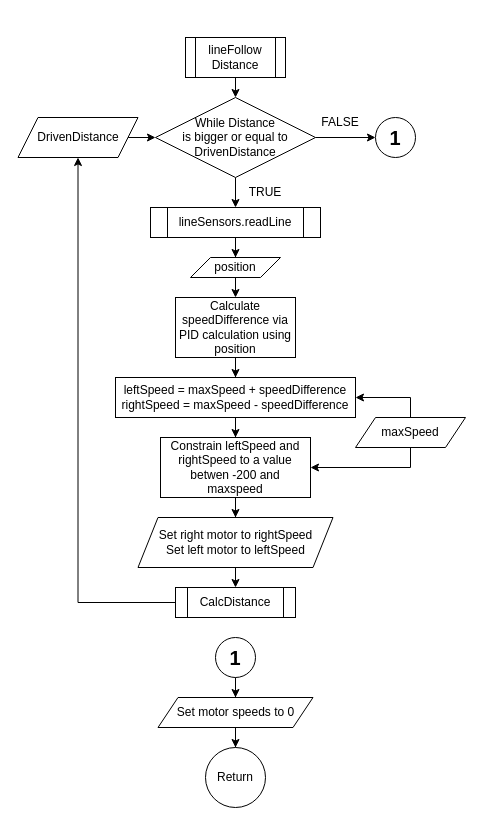
This is Draw/lineFollow.drawio from jens1906/P1-project-1.-semester, a draw.io file, before an edit. Source tidied: cells renumbered, new cells numbered last; positions are measured from the earlier drawing's top-left corner, leaving out a move shared by most shapes. Both pictures are drawn from the tidied source at 100%, with x=0, y=0 at pixel (17, 37).
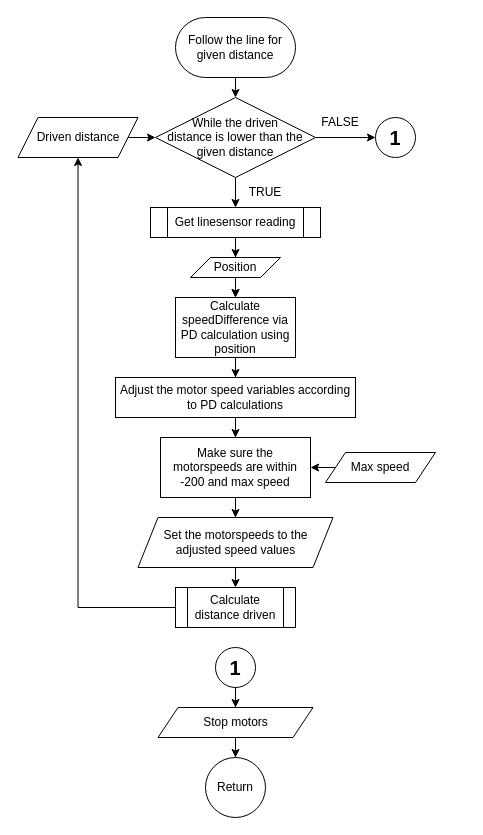
Above is the later version.

What changed in the source:
```diff
@@
-    <mxCell id="3" value="lineFollow&lt;br&gt;Distance" style="shape=process;whiteSpace=wrap;html=1;backgroundOutline=1;" parent="1" vertex="1">
-      <mxGeometry x="168" width="100" height="40" as="geometry" />
+    <mxCell id="3" value="Follow the line for given distance" style="rounded=1;whiteSpace=wrap;html=1;arcSize=50;" parent="1" vertex="1">
+      <mxGeometry x="158" y="-20" width="120" height="60" as="geometry" />
     </mxCell>
@@
-    <mxCell id="6" value="While Distance &lt;br&gt;is bigger or equal to DrivenDistance" style="rhombus;whiteSpace=wrap;html=1;" parent="1" vertex="1">
+    <mxCell id="6" value="While the driven &lt;br&gt;distance is lower than the given distance" style="rhombus;whiteSpace=wrap;html=1;" parent="1" vertex="1">
       <mxGeometry x="138" y="60" width="160" height="80" as="geometry" />
     </mxCell>
@@
-    <mxCell id="8" value="DrivenDistance" style="shape=parallelogram;perimeter=parallelogramPerimeter;whiteSpace=wrap;html=1;fixedSize=1;" parent="1" vertex="1">
+    <mxCell id="8" value="Driven distance" style="shape=parallelogram;perimeter=parallelogramPerimeter;whiteSpace=wrap;html=1;fixedSize=1;" parent="1" vertex="1">
       <mxGeometry x="0.5" y="80" width="120" height="40" as="geometry" />
     </mxCell>
@@
-    <mxCell id="13" value="CalcDistance" style="shape=process;whiteSpace=wrap;html=1;backgroundOutline=1;" parent="1" vertex="1">
-      <mxGeometry x="158" y="550" width="120" height="30" as="geometry" />
+    <mxCell id="13" value="Calculate distance driven" style="shape=process;whiteSpace=wrap;html=1;backgroundOutline=1;" parent="1" vertex="1">
+      <mxGeometry x="158" y="550" width="120" height="40" as="geometry" />
     </mxCell>
@@
+    <mxCell id="34" style="edgeStyle=orthogonalEdgeStyle;rounded=0;jettySize=auto;html=1;" parent="1" edge="1" source="15" target="19">
+      <mxGeometry relative="1" as="geometry" />
+    </mxCell>
-    <mxCell id="15" value="lineSensors.readLine" style="shape=process;whiteSpace=wrap;html=1;backgroundOutline=1;" parent="1" vertex="1">
+    <mxCell id="15" value="Get linesensor reading" style="shape=process;whiteSpace=wrap;html=1;backgroundOutline=1;" parent="1" vertex="1">
       <mxGeometry x="133" y="170" width="170" height="30" as="geometry" />
     </mxCell>
@@
-    <mxCell id="17" value="position" style="shape=parallelogram;perimeter=parallelogramPerimeter;whiteSpace=wrap;html=1;fixedSize=1;" parent="1" vertex="1">
+    <mxCell id="17" value="Position" style="shape=parallelogram;perimeter=parallelogramPerimeter;whiteSpace=wrap;html=1;fixedSize=1;" parent="1" vertex="1">
       <mxGeometry x="173" y="220" width="90" height="20" as="geometry" />
     </mxCell>
@@
-    <mxCell id="19" value="Calculate speedDifference via PID calculation using position" style="whiteSpace=wrap;html=1;" parent="1" vertex="1">
+    <mxCell id="19" value="Calculate speedDifference via PD calculation using position" style="whiteSpace=wrap;html=1;" parent="1" vertex="1">
       <mxGeometry x="158" y="260" width="120" height="60" as="geometry" />
     </mxCell>
@@
-    <mxCell id="21" value="leftSpeed = maxSpeed + speedDifference&lt;br&gt;rightSpeed = maxSpeed - speedDifference" style="whiteSpace=wrap;html=1;" parent="1" vertex="1">
+    <mxCell id="21" value="Adjust the motor speed variables according to PD calculations" style="whiteSpace=wrap;html=1;" parent="1" vertex="1">
       <mxGeometry x="98" y="340" width="240" height="40" as="geometry" />
     </mxCell>
@@
-    <mxCell id="23" value="Constrain leftSpeed and rightSpeed to a value betwen -200 and maxspeed" style="whiteSpace=wrap;html=1;" parent="1" vertex="1">
+    <mxCell id="23" value="Make sure the motorspeeds are within -200 and max speed" style="whiteSpace=wrap;html=1;" parent="1" vertex="1">
       <mxGeometry x="143" y="400" width="150" height="60" as="geometry" />
     </mxCell>
-    <mxCell id="24" style="edgeStyle=orthogonalEdgeStyle;rounded=0;jettySize=auto;html=1;exitX=0.5;exitY=0;exitDx=0;exitDy=0;entryX=1;entryY=0.5;entryDx=0;entryDy=0;" parent="1" edge="1" source="26" target="21">
-      <mxGeometry relative="1" as="geometry" />
-    </mxCell>
-    <mxCell id="25" style="edgeStyle=orthogonalEdgeStyle;rounded=0;jettySize=auto;html=1;exitX=0.5;exitY=1;exitDx=0;exitDy=0;entryX=1;entryY=0.5;entryDx=0;entryDy=0;" parent="1" edge="1" source="26" target="23">
+    <mxCell id="25" style="edgeStyle=orthogonalEdgeStyle;rounded=0;jettySize=auto;html=1;exitX=0;exitY=0.5;exitDx=0;exitDy=0;entryX=1;entryY=0.5;entryDx=0;entryDy=0;" parent="1" edge="1" source="26" target="23">
       <mxGeometry relative="1" as="geometry" />
     </mxCell>
-    <mxCell id="26" value="maxSpeed" style="shape=parallelogram;perimeter=parallelogramPerimeter;whiteSpace=wrap;html=1;fixedSize=1;" parent="1" vertex="1">
-      <mxGeometry x="338" y="380" width="110" height="30" as="geometry" />
+    <mxCell id="26" value="Max speed" style="shape=parallelogram;perimeter=parallelogramPerimeter;whiteSpace=wrap;html=1;fixedSize=1;" parent="1" vertex="1">
+      <mxGeometry x="308" y="415" width="110" height="30" as="geometry" />
     </mxCell>
@@
-    <mxCell id="28" value="Set right motor to rightSpeed&lt;br&gt;Set left motor to leftSpeed" style="shape=parallelogram;perimeter=parallelogramPerimeter;whiteSpace=wrap;html=1;fixedSize=1;" parent="1" vertex="1">
+    <mxCell id="28" value="Set the motorspeeds to the &lt;br&gt;adjusted speed values" style="shape=parallelogram;perimeter=parallelogramPerimeter;whiteSpace=wrap;html=1;fixedSize=1;" parent="1" vertex="1">
       <mxGeometry x="120.5" y="480" width="195" height="50" as="geometry" />
     </mxCell>
@@
     <mxCell id="30" value="&lt;font style=&quot;font-size: 20px;&quot;&gt;&lt;b&gt;1&lt;/b&gt;&lt;/font&gt;" style="ellipse;whiteSpace=wrap;html=1;" parent="1" vertex="1">
-      <mxGeometry x="198" y="600" width="40" height="40" as="geometry" />
+      <mxGeometry x="198" y="610" width="40" height="40" as="geometry" />
     </mxCell>
@@
-    <mxCell id="32" value="Set motor speeds to 0" style="shape=parallelogram;perimeter=parallelogramPerimeter;whiteSpace=wrap;html=1;fixedSize=1;" parent="1" vertex="1">
-      <mxGeometry x="140.5" y="660" width="155" height="30" as="geometry" />
+    <mxCell id="32" value="Stop motors" style="shape=parallelogram;perimeter=parallelogramPerimeter;whiteSpace=wrap;html=1;fixedSize=1;" parent="1" vertex="1">
+      <mxGeometry x="140.5" y="670" width="155" height="30" as="geometry" />
     </mxCell>
     <mxCell id="33" value="Return" style="ellipse;whiteSpace=wrap;html=1;" parent="1" vertex="1">
-      <mxGeometry x="188" y="710" width="60" height="60" as="geometry" />
+      <mxGeometry x="188" y="720" width="60" height="60" as="geometry" />
     </mxCell>
```
